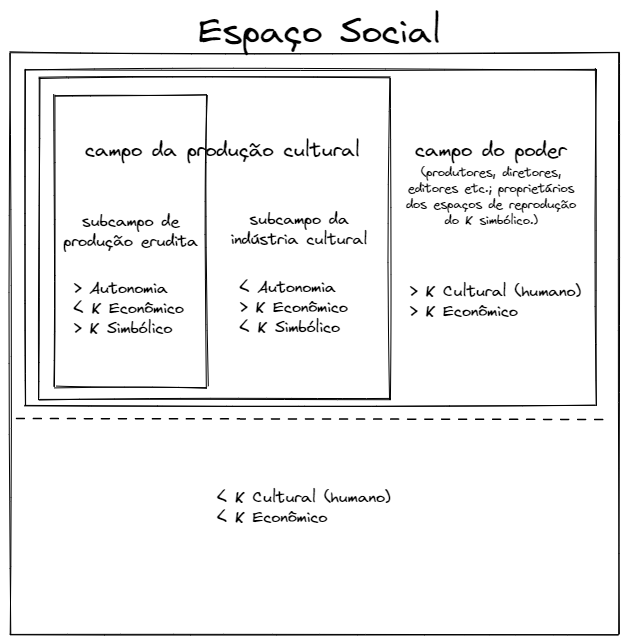
This is img/fields.excalidraw.png from albersonmiranda/economia_info, a Excalidraw export, as it was before one commit. Source tidied: one line per element, renumbered; positions are measured from the earlier drawing's top-left corner, leaving out a move shared by most shapes.
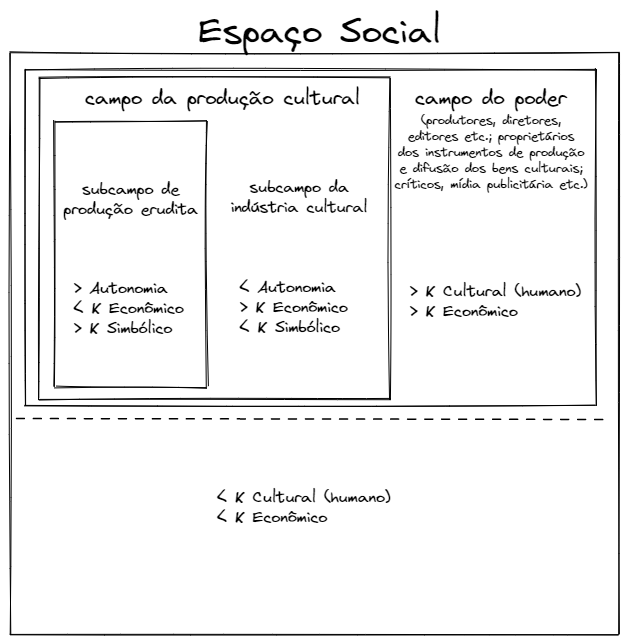
The same diagram one commit later.

What changed in the source:
```diff
@@ -1,12 +1,12 @@
 {"id": 0, "type": "rectangle", "strokeColor": "#000000", "strokeWidth": 1, "roughness": 1, "x": 0, "y": 42, "width": 609, "height": 582}
-{"id": 1, "type": "rectangle", "strokeColor": "#000000", "strokeWidth": 1, "roughness": 1, "x": 45, "y": 86, "width": 152, "height": 292}
+{"id": 1, "type": "rectangle", "strokeColor": "#000000", "strokeWidth": 1, "roughness": 1, "x": 45, "y": 112, "width": 152, "height": 266}
 {"id": 2, "type": "rectangle", "strokeColor": "#000000", "strokeWidth": 1, "roughness": 1, "x": 29, "y": 68, "width": 351, "height": 322}
 {"id": 3, "type": "rectangle", "strokeColor": "#000000", "strokeWidth": 1, "roughness": 1, "x": 15, "y": 60, "width": 571, "height": 336}
-{"id": 4, "type": "text", "text": "campo do poder", "strokeColor": "#000000", "strokeWidth": 1, "roughness": 1, "fontSize": 20, "fontFamily": 1, "x": 405, "y": 128, "width": 152, "height": 25}
+{"id": 4, "type": "text", "text": "campo do poder", "strokeColor": "#000000", "strokeWidth": 1, "roughness": 1, "fontSize": 20, "fontFamily": 1, "x": 405, "y": 76, "width": 152, "height": 25}
-{"id": 5, "type": "text", "text": "(produtores, diretores,\neditores etc.; proprietários\ndos espaços de reprodução\ndo K simbólico.)", "strokeColor": "#000000", "strokeWidth": 1, "roughness": 1, "fontSize": 12.67, "fontFamily": 1, "textAlign": "center", "x": 396, "y": 155, "width": 170, "height": 64}
+{"id": 5, "type": "text", "text": "(produtores, diretores,\neditores etc.; proprietários\ndos instrumentos de produção\ne difusão dos bens culturais;\ncríticos, mídia publicitária etc.)", "strokeColor": "#000000", "strokeWidth": 1, "roughness": 1, "fontSize": 12.67, "fontFamily": 1, "textAlign": "center", "x": 384, "y": 103, "width": 194, "height": 80}
-{"id": 6, "type": "text", "text": "campo da produção cultural", "strokeColor": "#000000", "strokeWidth": 1, "roughness": 1, "fontSize": 20, "fontFamily": 1, "x": 75, "y": 128, "width": 276, "height": 25}
+{"id": 6, "type": "text", "text": "campo da produção cultural", "strokeColor": "#000000", "strokeWidth": 1, "roughness": 1, "fontSize": 20, "fontFamily": 1, "x": 75, "y": 76, "width": 276, "height": 25}
-{"id": 7, "type": "text", "text": "subcampo de\nprodução erudita", "strokeColor": "#000000", "strokeWidth": 1, "roughness": 1, "fontSize": 16, "fontFamily": 1, "textAlign": "center", "x": 53, "y": 202, "width": 135, "height": 40}
+{"id": 7, "type": "text", "text": "subcampo de\nprodução erudita", "strokeColor": "#000000", "strokeWidth": 1, "roughness": 1, "fontSize": 16, "fontFamily": 1, "textAlign": "center", "x": 53, "y": 170, "width": 135, "height": 40}
-{"id": 8, "type": "text", "text": "subcampo da\nindústria cultural", "strokeColor": "#000000", "strokeWidth": 1, "roughness": 1, "fontSize": 16, "fontFamily": 1, "textAlign": "center", "x": 220, "y": 200, "width": 138, "height": 40}
+{"id": 8, "type": "text", "text": "subcampo da\nindústria cultural", "strokeColor": "#000000", "strokeWidth": 1, "roughness": 1, "fontSize": 16, "fontFamily": 1, "textAlign": "center", "x": 220, "y": 168, "width": 138, "height": 40}
 {"id": 9, "type": "text", "text": "Espaço Social", "strokeColor": "#000000", "strokeWidth": 1, "roughness": 1, "fontSize": 36, "fontFamily": 1, "x": 188, "y": 0, "width": 244, "height": 45}
 {"id": 10, "type": "text", "text": "> Autonomia\n< K Econômico\n> K Simbólico", "strokeColor": "#000000", "strokeWidth": 1, "roughness": 1, "fontSize": 16, "fontFamily": 1, "x": 64, "y": 269, "width": 110, "height": 60}
 {"id": 11, "type": "text", "text": "< Autonomia\n> K Econômico\n< K Simbólico", "strokeColor": "#000000", "strokeWidth": 1, "roughness": 1, "fontSize": 16, "fontFamily": 1, "x": 230, "y": 268, "width": 108, "height": 60}
```
